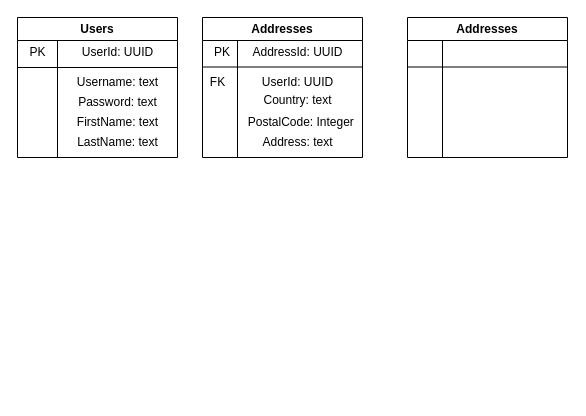
Above: documentation/DB Structure.drawio in Acohen455/yalla (draw.io), before the change. Source tidied: cells renumbered, new cells numbered last; positions are measured from the earlier drawing's top-left corner, leaving out a move shared by most shapes. Both pictures are drawn from the tidied source at 100%, with x=0, y=0 at pixel (17, 17).
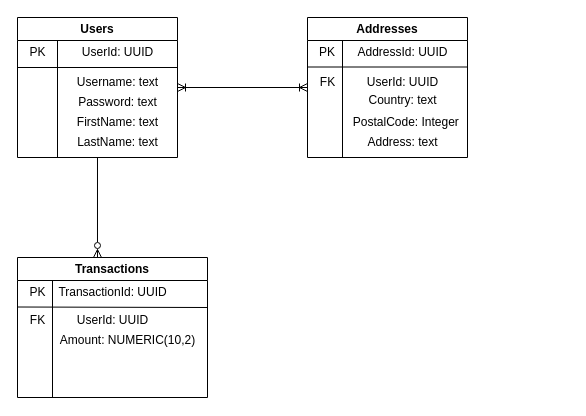
After the change.

The change refers to these unchanged cells:
```xml
<mxCell id="3" value="Users" style="swimlane;whiteSpace=wrap;html=1;strokeWidth=1;perimeterSpacing=0;swimlaneLine=1;rounded=0;" parent="1" vertex="1">
  <mxGeometry width="160" height="140" as="geometry" />
</mxCell>
```

The edit, as a diff of the source:
```diff
@@
     <mxCell id="11" value="Addresses" style="swimlane;whiteSpace=wrap;html=1;strokeWidth=1;perimeterSpacing=0;swimlaneLine=1;rounded=0;fillColor=default;" parent="1" vertex="1">
-      <mxGeometry x="185" width="160" height="140" as="geometry" />
+      <mxGeometry x="290" width="160" height="140" as="geometry" />
     </mxCell>
@@
     <mxCell id="17" value="FK" style="text;html=1;align=center;verticalAlign=middle;strokeColor=none;fillColor=none;" parent="11" vertex="1">
-      <mxGeometry x="-5" y="50" width="40" height="30" as="geometry" />
+      <mxGeometry y="50" width="40" height="30" as="geometry" />
     </mxCell>
@@
-    <mxCell id="21" value="Addresses" style="swimlane;whiteSpace=wrap;html=1;strokeWidth=1;perimeterSpacing=0;swimlaneLine=1;rounded=0;fillColor=default;" parent="1" vertex="1">
-      <mxGeometry x="390" width="160" height="140" as="geometry" />
+    <mxCell id="21" value="Transactions" style="swimlane;whiteSpace=wrap;html=1;strokeWidth=1;perimeterSpacing=0;swimlaneLine=1;rounded=0;fillColor=default;" parent="1" vertex="1">
+      <mxGeometry y="240" width="190" height="140" as="geometry" />
     </mxCell>
@@
     <mxCell id="23" style="endArrow=none;html=1;rounded=0;" parent="21" edge="1">
       <mxGeometry relative="1" as="geometry">
         <mxPoint y="49.5" as="sourcePoint" />
-        <mxPoint x="160" y="49.5" as="targetPoint" />
+        <mxPoint x="190" y="50" as="targetPoint" />
       </mxGeometry>
     </mxCell>
+    <mxCell id="24" value="PK" style="text;html=1;align=center;verticalAlign=middle;strokeColor=none;fillColor=none;" parent="21" vertex="1">
+      <mxGeometry y="20" width="40" height="30" as="geometry" />
+    </mxCell>
+    <mxCell id="25" value="TransactionId: UUID" style="text;html=1;align=center;verticalAlign=middle;strokeColor=none;fillColor=none;" parent="21" vertex="1">
+      <mxGeometry x="30" y="20" width="130" height="30" as="geometry" />
+    </mxCell>
+    <mxCell id="26" value="UserId: UUID" style="text;html=1;align=center;verticalAlign=middle;strokeColor=none;fillColor=none;" parent="21" vertex="1">
+      <mxGeometry x="50" y="48" width="90" height="30" as="geometry" />
+    </mxCell>
+    <mxCell id="27" value="Amount: NUMERIC(10,2)" style="text;html=1;align=center;verticalAlign=middle;strokeColor=none;fillColor=none;" parent="21" vertex="1">
+      <mxGeometry x="30" y="68" width="160" height="30" as="geometry" />
+    </mxCell>
+    <mxCell id="28" style="rounded=0;orthogonalLoop=1;jettySize=auto;html=1;endArrow=ERoneToMany;endFill=0;startArrow=ERoneToMany;startFill=0;" parent="1" edge="1">
+      <mxGeometry relative="1" as="geometry">
+        <mxPoint x="160" y="70" as="sourcePoint" />
+        <mxPoint x="290" y="70" as="targetPoint" />
+      </mxGeometry>
+    </mxCell>
+    <mxCell id="29" value="FK" style="text;html=1;align=center;verticalAlign=middle;strokeColor=none;fillColor=none;" parent="1" vertex="1">
+      <mxGeometry y="288" width="40" height="30" as="geometry" />
+    </mxCell>
+    <mxCell id="30" style="edgeStyle=orthogonalEdgeStyle;rounded=0;jettySize=auto;html=1;entryX=0.421;entryY=0;entryDx=0;entryDy=0;entryPerimeter=0;endArrow=ERzeroToMany;endFill=0;" parent="1" edge="1" source="3" target="21">
+      <mxGeometry relative="1" as="geometry" />
+    </mxCell>
```
